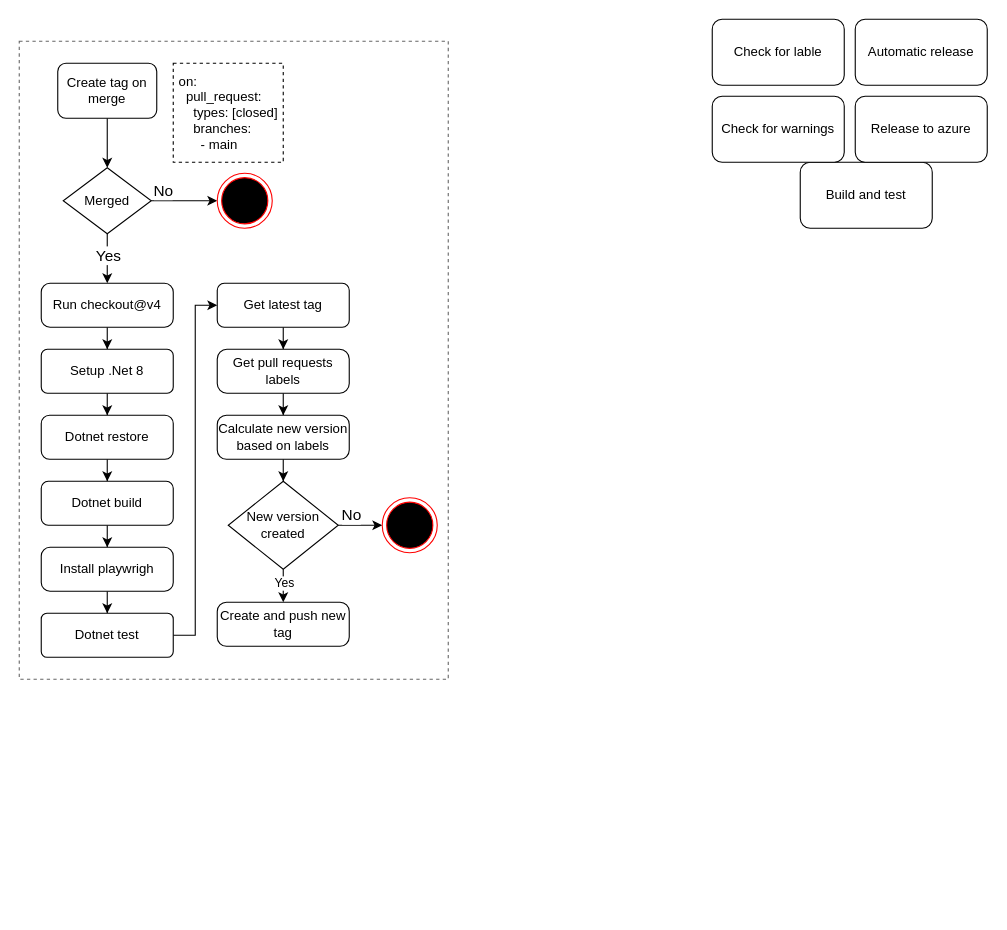
This is docs/models/Github workflows.drawio from ITU-BDSA2024-GROUP10/Chirp, a draw.io file, before an edit. Source tidied: cells renumbered, new cells numbered last; positions are measured from the earlier drawing's top-left corner, leaving out a move shared by most shapes. Both pictures are drawn from the tidied source at 110%, with x=0, y=0 at pixel (19, 19).
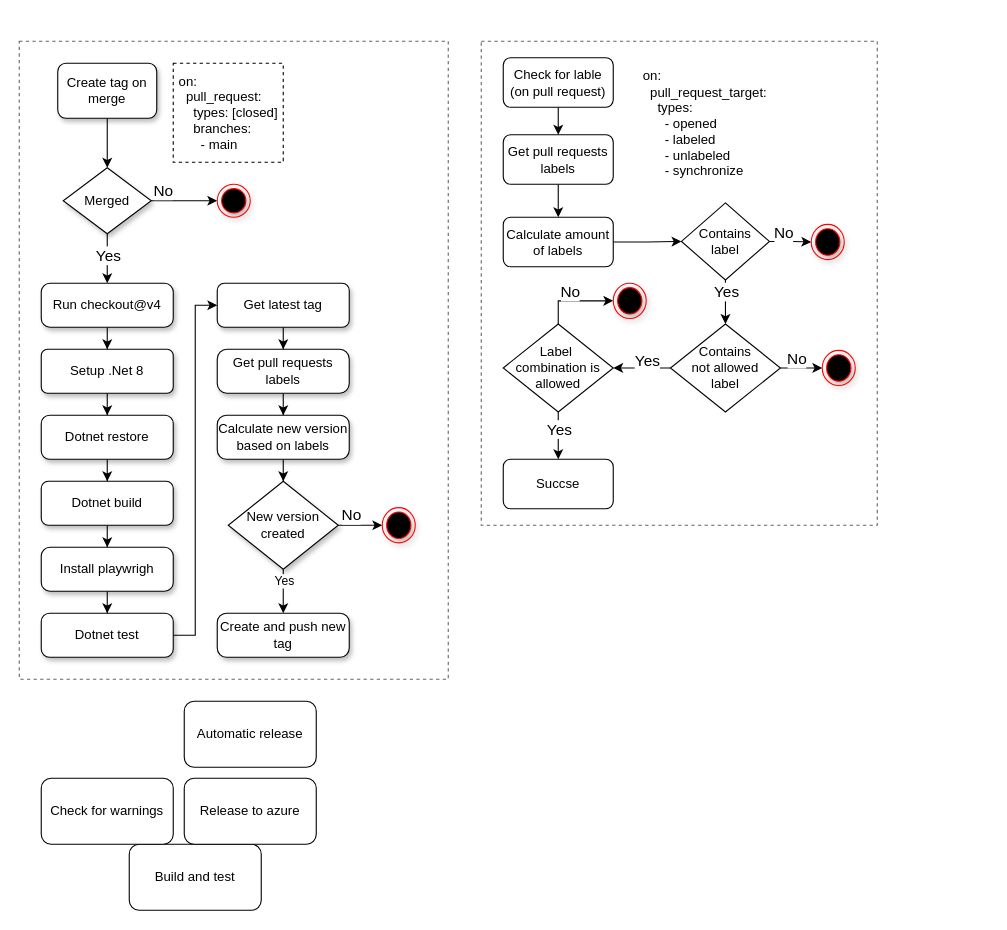
The same page after the edit.

Commit message:
Created diagram for "Check label"

Diff of the diagram source:
```diff
@@
-    <mxCell id="4" value="Create tag on merge" style="rounded=1;whiteSpace=wrap;html=1;" parent="1" vertex="1">
+    <mxCell id="4" value="Create tag on merge" style="rounded=1;whiteSpace=wrap;html=1;shadow=1;" parent="1" vertex="1">
       <mxGeometry x="35" y="40" width="90" height="50" as="geometry" />
     </mxCell>
     <mxCell id="5" value="Automatic release" style="rounded=1;whiteSpace=wrap;html=1;" parent="1" vertex="1">
-      <mxGeometry x="760" width="120" height="60" as="geometry" />
+      <mxGeometry x="150" y="620" width="120" height="60" as="geometry" />
     </mxCell>
+    <mxCell id="42" style="edgeStyle=orthogonalEdgeStyle;rounded=0;jettySize=auto;html=1;" parent="1" edge="1" source="6" target="45">
+      <mxGeometry relative="1" as="geometry" />
+    </mxCell>
-    <mxCell id="6" value="Check for lable" style="rounded=1;whiteSpace=wrap;html=1;" parent="1" vertex="1">
-      <mxGeometry x="630" width="120" height="60" as="geometry" />
+    <mxCell id="6" value="Check for lable&lt;br&gt;(on pull request)" style="rounded=1;whiteSpace=wrap;html=1;" parent="1" vertex="1">
+      <mxGeometry x="440" y="35" width="100" height="45" as="geometry" />
     </mxCell>
     <mxCell id="7" value="B&lt;span style=&quot;background-color: initial;&quot;&gt;uild and test&lt;/span&gt;" style="rounded=1;whiteSpace=wrap;html=1;" parent="1" vertex="1">
-      <mxGeometry x="710" y="130" width="120" height="60" as="geometry" />
+      <mxGeometry x="100" y="750" width="120" height="60" as="geometry" />
     </mxCell>
     <mxCell id="8" value="Check for warnings" style="rounded=1;whiteSpace=wrap;html=1;" parent="1" vertex="1">
-      <mxGeometry x="630" y="70" width="120" height="60" as="geometry" />
+      <mxGeometry x="20" y="690" width="120" height="60" as="geometry" />
     </mxCell>
     <mxCell id="9" value="Release to azure" style="rounded=1;whiteSpace=wrap;html=1;" parent="1" vertex="1">
-      <mxGeometry x="760" y="70" width="120" height="60" as="geometry" />
+      <mxGeometry x="150" y="690" width="120" height="60" as="geometry" />
     </mxCell>
@@
-    <mxCell id="13" value="Merged" style="rhombus;whiteSpace=wrap;html=1;" parent="1" vertex="1">
+    <mxCell id="13" value="Merged" style="rhombus;whiteSpace=wrap;html=1;shadow=1;" parent="1" vertex="1">
       <mxGeometry x="40" y="135" width="80" height="60" as="geometry" />
     </mxCell>
@@
-    <mxCell id="17" value="Run checkout@v4" style="rounded=1;whiteSpace=wrap;html=1;arcSize=20;" parent="1" vertex="1">
+    <mxCell id="17" value="Run checkout@v4" style="rounded=1;whiteSpace=wrap;html=1;arcSize=20;shadow=1;" parent="1" vertex="1">
       <mxGeometry x="20" y="240" width="120" height="40" as="geometry" />
     </mxCell>
@@
-    <mxCell id="19" value="Setup .Net 8" style="rounded=1;whiteSpace=wrap;html=1;arcSize=14;" parent="1" vertex="1">
+    <mxCell id="19" value="Setup .Net 8" style="rounded=1;whiteSpace=wrap;html=1;arcSize=14;shadow=1;" parent="1" vertex="1">
       <mxGeometry x="20" y="300" width="120" height="40" as="geometry" />
     </mxCell>
-    <mxCell id="20" style="ellipse;html=1;shape=endState;fillColor=#000000;strokeColor=#ff0000;" parent="1" vertex="1">
-      <mxGeometry x="180" y="140" width="50" height="50" as="geometry" />
+    <mxCell id="20" style="ellipse;html=1;shape=endState;fillColor=#000000;strokeColor=#ff0000;shadow=1;" parent="1" vertex="1">
+      <mxGeometry x="180" y="150" width="30" height="30" as="geometry" />
     </mxCell>
@@
-    <mxCell id="22" value="Dotnet restore" style="rounded=1;whiteSpace=wrap;html=1;arcSize=19;" parent="1" vertex="1">
+    <mxCell id="22" value="Dotnet restore" style="rounded=1;whiteSpace=wrap;html=1;arcSize=19;shadow=1;" parent="1" vertex="1">
       <mxGeometry x="20" y="360" width="120" height="40" as="geometry" />
     </mxCell>
@@
-    <mxCell id="24" value="Dotnet build" style="rounded=1;whiteSpace=wrap;html=1;arcSize=16;" parent="1" vertex="1">
+    <mxCell id="24" value="Dotnet build" style="rounded=1;whiteSpace=wrap;html=1;arcSize=16;shadow=1;" parent="1" vertex="1">
       <mxGeometry x="20" y="420" width="120" height="40" as="geometry" />
     </mxCell>
@@
-    <mxCell id="26" value="Install playwrigh" style="rounded=1;whiteSpace=wrap;html=1;arcSize=20;" parent="1" vertex="1">
+    <mxCell id="26" value="Install playwrigh" style="rounded=1;whiteSpace=wrap;html=1;arcSize=20;shadow=1;" parent="1" vertex="1">
       <mxGeometry x="20" y="480" width="120" height="40" as="geometry" />
     </mxCell>
@@
-    <mxCell id="28" value="Dotnet test" style="rounded=1;whiteSpace=wrap;html=1;arcSize=13;" parent="1" vertex="1">
+    <mxCell id="28" value="Dotnet test" style="rounded=1;whiteSpace=wrap;html=1;arcSize=19;shadow=1;" parent="1" vertex="1">
       <mxGeometry x="20" y="540" width="120" height="40" as="geometry" />
     </mxCell>
@@
-    <mxCell id="30" value="Get latest tag" style="rounded=1;whiteSpace=wrap;html=1;arcSize=16;" parent="1" vertex="1">
+    <mxCell id="30" value="Get latest tag" style="rounded=1;whiteSpace=wrap;html=1;arcSize=16;shadow=1;" parent="1" vertex="1">
       <mxGeometry x="180" y="240" width="120" height="40" as="geometry" />
     </mxCell>
@@
-    <mxCell id="32" value="Get pull requests labels" style="rounded=1;whiteSpace=wrap;html=1;arcSize=22;" parent="1" vertex="1">
+    <mxCell id="32" value="Get pull requests labels" style="rounded=1;whiteSpace=wrap;html=1;arcSize=22;shadow=1;" parent="1" vertex="1">
       <mxGeometry x="180" y="300" width="120" height="40" as="geometry" />
     </mxCell>
@@
-    <mxCell id="34" value="Calculate new version based on labels" style="rounded=1;whiteSpace=wrap;html=1;arcSize=21;" parent="1" vertex="1">
+    <mxCell id="34" value="Calculate new version based on labels" style="rounded=1;whiteSpace=wrap;html=1;arcSize=21;shadow=1;" parent="1" vertex="1">
       <mxGeometry x="180" y="360" width="120" height="40" as="geometry" />
     </mxCell>
-    <mxCell id="35" style="edgeStyle=orthogonalEdgeStyle;rounded=0;jettySize=auto;html=1;" parent="1" edge="1" source="39" target="40">
+    <mxCell id="35" style="edgeStyle=orthogonalEdgeStyle;rounded=0;jettySize=auto;html=1;entryX=0;entryY=0.5;entryDx=0;entryDy=0;" parent="1" edge="1" source="39" target="65">
       <mxGeometry relative="1" as="geometry" />
     </mxCell>
@@
-    <mxCell id="39" value="New version&lt;div&gt;created&lt;/div&gt;" style="rhombus;whiteSpace=wrap;html=1;" parent="1" vertex="1">
+    <mxCell id="39" value="New version&lt;div&gt;created&lt;/div&gt;" style="rhombus;whiteSpace=wrap;html=1;shadow=1;" parent="1" vertex="1">
       <mxGeometry x="190" y="420" width="100" height="80" as="geometry" />
     </mxCell>
-    <mxCell id="40" style="ellipse;html=1;shape=endState;fillColor=#000000;strokeColor=#ff0000;" parent="1" vertex="1">
-      <mxGeometry x="330" y="435" width="50" height="50" as="geometry" />
-    </mxCell>
-    <mxCell id="41" value="Create and push new tag" style="rounded=1;whiteSpace=wrap;html=1;arcSize=21;" parent="1" vertex="1">
-      <mxGeometry x="180" y="530" width="120" height="40" as="geometry" />
+    <mxCell id="41" value="Create and push new tag" style="rounded=1;whiteSpace=wrap;html=1;arcSize=21;glass=0;shadow=1;" parent="1" vertex="1">
+      <mxGeometry x="180" y="540" width="120" height="40" as="geometry" />
     </mxCell>
+    <mxCell id="43" value="&lt;div&gt;&amp;nbsp;on:&lt;/div&gt;&lt;div&gt;&amp;nbsp; &amp;nbsp;pull_request_target:&lt;/div&gt;&lt;div&gt;&amp;nbsp; &amp;nbsp; &amp;nbsp;types:&lt;/div&gt;&lt;div&gt;&amp;nbsp; &amp;nbsp; &amp;nbsp; &amp;nbsp;- opened&lt;/div&gt;&lt;div&gt;&amp;nbsp; &amp;nbsp; &amp;nbsp; &amp;nbsp;- labeled&lt;/div&gt;&lt;div&gt;&amp;nbsp; &amp;nbsp; &amp;nbsp; &amp;nbsp;- unlabeled&lt;/div&gt;&lt;div&gt;&amp;nbsp; &amp;nbsp; &amp;nbsp; &amp;nbsp;- synchronize&lt;/div&gt;" style="text;html=1;align=left;verticalAlign=middle;whiteSpace=wrap;rounded=0;" parent="1" vertex="1">
+      <mxGeometry x="562" y="40" width="130" height="110" as="geometry" />
+    </mxCell>
+    <mxCell id="44" style="edgeStyle=orthogonalEdgeStyle;rounded=0;jettySize=auto;html=1;" parent="1" edge="1" source="45" target="47">
+      <mxGeometry relative="1" as="geometry" />
+    </mxCell>
+    <mxCell id="45" value="Get pull requests labels" style="rounded=1;whiteSpace=wrap;html=1;" parent="1" vertex="1">
+      <mxGeometry x="440" y="105" width="100" height="45" as="geometry" />
+    </mxCell>
+    <mxCell id="46" style="edgeStyle=orthogonalEdgeStyle;rounded=0;jettySize=auto;html=1;" parent="1" edge="1" source="47" target="52">
+      <mxGeometry relative="1" as="geometry" />
+    </mxCell>
+    <mxCell id="47" value="Calculate amount of labels" style="rounded=1;whiteSpace=wrap;html=1;" parent="1" vertex="1">
+      <mxGeometry x="440" y="180" width="100" height="45" as="geometry" />
+    </mxCell>
+    <mxCell id="48" style="edgeStyle=orthogonalEdgeStyle;rounded=0;jettySize=auto;html=1;entryX=0;entryY=0.5;entryDx=0;entryDy=0;" parent="1" edge="1" source="52" target="67">
+      <mxGeometry relative="1" as="geometry" />
+    </mxCell>
+    <mxCell id="49" value="&lt;font style=&quot;font-size: 14px;&quot;&gt;No&lt;/font&gt;" style="edgeLabel;html=1;align=center;verticalAlign=middle;" parent="48" vertex="1">
+      <mxGeometry x="-0.51" y="2" relative="1" as="geometry">
+        <mxPoint x="3" y="-7" as="offset" />
+      </mxGeometry>
+    </mxCell>
+    <mxCell id="50" style="edgeStyle=orthogonalEdgeStyle;rounded=0;jettySize=auto;html=1;entryX=0.5;entryY=0;entryDx=0;entryDy=0;" parent="1" edge="1" source="52" target="57">
+      <mxGeometry relative="1" as="geometry" />
+    </mxCell>
+    <mxCell id="51" value="&lt;font style=&quot;font-size: 14px;&quot;&gt;Yes&lt;/font&gt;" style="edgeLabel;html=1;align=center;verticalAlign=middle;" parent="50" vertex="1">
+      <mxGeometry x="0.42" y="3" relative="1" as="geometry">
+        <mxPoint x="-3" y="-18" as="offset" />
+      </mxGeometry>
+    </mxCell>
+    <mxCell id="52" value="Contains &lt;br&gt;label" style="rhombus;whiteSpace=wrap;html=1;" parent="1" vertex="1">
+      <mxGeometry x="602" y="167" width="80" height="70" as="geometry" />
+    </mxCell>
+    <mxCell id="53" style="edgeStyle=orthogonalEdgeStyle;rounded=0;jettySize=auto;html=1;entryX=0;entryY=0.5;entryDx=0;entryDy=0;" parent="1" edge="1" source="57" target="66">
+      <mxGeometry relative="1" as="geometry" />
+    </mxCell>
+    <mxCell id="54" value="&lt;font style=&quot;font-size: 14px;&quot;&gt;No&lt;/font&gt;" style="edgeLabel;html=1;align=center;verticalAlign=middle;" parent="53" vertex="1">
+      <mxGeometry x="-0.18" y="3" relative="1" as="geometry">
+        <mxPoint x="-3" y="-6" as="offset" />
+      </mxGeometry>
+    </mxCell>
+    <mxCell id="55" style="edgeStyle=orthogonalEdgeStyle;rounded=0;jettySize=auto;html=1;" parent="1" edge="1" source="57" target="62">
+      <mxGeometry relative="1" as="geometry" />
+    </mxCell>
+    <mxCell id="56" value="&lt;font style=&quot;font-size: 14px;&quot;&gt;Yes&lt;/font&gt;" style="edgeLabel;html=1;align=center;verticalAlign=middle;" parent="55" vertex="1">
+      <mxGeometry x="-0.42" y="-3" relative="1" as="geometry">
+        <mxPoint x="-7" y="-4" as="offset" />
+      </mxGeometry>
+    </mxCell>
+    <mxCell id="57" value="Contains &lt;br&gt;not allowed&lt;br&gt;&lt;div&gt;label&lt;/div&gt;" style="rhombus;whiteSpace=wrap;html=1;" parent="1" vertex="1">
+      <mxGeometry x="592" y="277" width="100" height="80" as="geometry" />
+    </mxCell>
+    <mxCell id="58" style="edgeStyle=orthogonalEdgeStyle;rounded=0;jettySize=auto;html=1;entryX=0;entryY=0.5;entryDx=0;entryDy=0;" parent="1" edge="1" source="62" target="63">
+      <mxGeometry relative="1" as="geometry" />
+    </mxCell>
+    <mxCell id="59" value="&lt;font style=&quot;font-size: 14px;&quot;&gt;No&lt;/font&gt;" style="edgeLabel;html=1;align=center;verticalAlign=middle;" parent="58" vertex="1">
+      <mxGeometry x="-0.14" y="3" relative="1" as="geometry">
+        <mxPoint y="-6" as="offset" />
+      </mxGeometry>
+    </mxCell>
+    <mxCell id="60" style="edgeStyle=orthogonalEdgeStyle;rounded=0;jettySize=auto;html=1;entryX=0.5;entryY=0;entryDx=0;entryDy=0;" parent="1" edge="1" source="62" target="64">
+      <mxGeometry relative="1" as="geometry" />
+    </mxCell>
+    <mxCell id="61" value="&lt;font style=&quot;font-size: 14px;&quot;&gt;Yes&lt;/font&gt;" style="edgeLabel;html=1;align=center;verticalAlign=middle;" parent="60" vertex="1">
+      <mxGeometry x="-0.29" relative="1" as="geometry" />
+    </mxCell>
+    <mxCell id="62" value="Label&amp;nbsp;&lt;div&gt;combination is allowed&lt;/div&gt;" style="rhombus;whiteSpace=wrap;html=1;" parent="1" vertex="1">
+      <mxGeometry x="440" y="277" width="100" height="80" as="geometry" />
+    </mxCell>
+    <mxCell id="63" style="ellipse;html=1;shape=endState;fillColor=#000000;strokeColor=#ff0000;shadow=1;" parent="1" vertex="1">
+      <mxGeometry x="540" y="240" width="30" height="32" as="geometry" />
+    </mxCell>
+    <mxCell id="64" value="Succse" style="rounded=1;whiteSpace=wrap;html=1;" parent="1" vertex="1">
+      <mxGeometry x="440" y="400" width="100" height="45" as="geometry" />
+    </mxCell>
+    <mxCell id="65" style="ellipse;html=1;shape=endState;fillColor=#000000;strokeColor=#ff0000;shadow=1;" parent="1" vertex="1">
+      <mxGeometry x="330" y="444" width="30" height="32" as="geometry" />
+    </mxCell>
+    <mxCell id="66" style="ellipse;html=1;shape=endState;fillColor=#000000;strokeColor=#ff0000;shadow=1;" parent="1" vertex="1">
+      <mxGeometry x="730" y="301" width="30" height="32" as="geometry" />
+    </mxCell>
+    <mxCell id="67" style="ellipse;html=1;shape=endState;fillColor=#000000;strokeColor=#ff0000;shadow=1;" parent="1" vertex="1">
+      <mxGeometry x="720" y="186.5" width="30" height="32" as="geometry" />
+    </mxCell>
+    <mxCell id="68" style="rounded=0;whiteSpace=wrap;html=1;fillColor=none;dashed=1;strokeWidth=1;fontColor=#333333;strokeColor=#666666;" parent="1" vertex="1">
+      <mxGeometry x="420" y="20" width="360" height="440" as="geometry" />
+    </mxCell>
```
